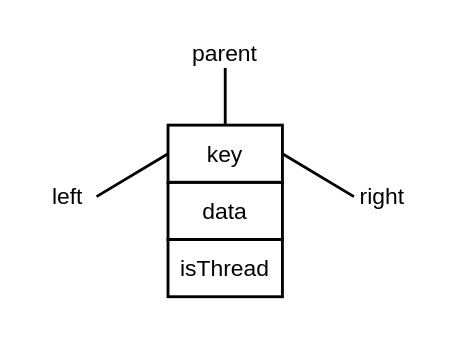
The draw.io diagram page "single_tbst" (2 of 5) of diagrams/bst_node.drawio in burpeesDaily/forest-python, before the edit. Source tidied: cells renumbered, new cells numbered last; positions are measured from the earlier drawing's top-left corner, leaving out a move shared by most shapes. Both pictures are drawn from the tidied source at 143%, with x=0, y=0 at pixel (24, 24).
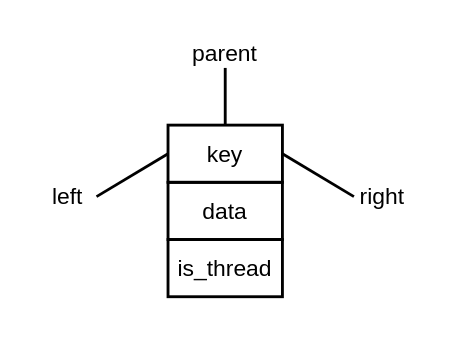
After the change.

What changed in the source:
```diff
@@
 <mxGraphModel>
   <root>
     <mxCell id="0" />
     <mxCell id="1" parent="0" />
     <mxCell id="2" style="rounded=0;whiteSpace=wrap;html=1;strokeColor=none;strokeWidth=2;fillColor=#FFFFFF;" parent="1" vertex="1">
       <mxGeometry width="280" height="210" as="geometry" />
     </mxCell>
     <mxCell id="3" value="&lt;font style=&quot;font-size: 16px&quot; color=&quot;#000000&quot;&gt;key&lt;/font&gt;" style="rounded=0;whiteSpace=wrap;html=1;strokeColor=#000000;strokeWidth=2;fillColor=none;" parent="1" vertex="1">
       <mxGeometry x="100" y="70" width="80" height="40" as="geometry" />
     </mxCell>
     <mxCell id="4" value="&lt;font style=&quot;font-size: 16px&quot; color=&quot;#000000&quot;&gt;data&lt;/font&gt;" style="rounded=0;whiteSpace=wrap;html=1;strokeColor=#000000;strokeWidth=2;fillColor=none;" parent="1" vertex="1">
       <mxGeometry x="100" y="110" width="80" height="40" as="geometry" />
     </mxCell>
     <mxCell id="5" style="endArrow=none;html=1;entryX=1;entryY=0.5;entryDx=0;entryDy=0;strokeColor=#000000;strokeWidth=2;" parent="1" edge="1" target="3">
       <mxGeometry relative="1" as="geometry">
         <mxPoint x="230" y="120" as="sourcePoint" />
       </mxGeometry>
     </mxCell>
     <mxCell id="6" style="endArrow=none;html=1;entryX=0;entryY=0.5;entryDx=0;entryDy=0;strokeColor=#000000;strokeWidth=2;" parent="1" edge="1" target="3">
       <mxGeometry relative="1" as="geometry">
         <mxPoint x="50" y="120" as="sourcePoint" />
       </mxGeometry>
     </mxCell>
     <mxCell id="7" style="endArrow=none;html=1;entryX=0.5;entryY=0;entryDx=0;entryDy=0;strokeColor=#000000;strokeWidth=2;" parent="1" edge="1" target="3">
       <mxGeometry relative="1" as="geometry">
         <mxPoint x="140" y="30" as="sourcePoint" />
       </mxGeometry>
     </mxCell>
     <mxCell id="8" value="&lt;span style=&quot;color: rgb(0 , 0 , 0) ; font-size: 16px&quot;&gt;right&lt;/span&gt;" style="text;html=1;strokeColor=none;fillColor=none;align=center;verticalAlign=middle;whiteSpace=wrap;rounded=0;" parent="1" vertex="1">
       <mxGeometry x="230" y="110" width="40" height="20" as="geometry" />
     </mxCell>
     <mxCell id="9" value="&lt;span style=&quot;color: rgb(0 , 0 , 0) ; font-size: 16px&quot;&gt;left&lt;/span&gt;" style="text;html=1;strokeColor=none;fillColor=none;align=center;verticalAlign=middle;whiteSpace=wrap;rounded=0;" parent="1" vertex="1">
       <mxGeometry x="10" y="110" width="40" height="20" as="geometry" />
     </mxCell>
     <mxCell id="10" value="&lt;span style=&quot;color: rgb(0 , 0 , 0) ; font-size: 16px&quot;&gt;parent&lt;/span&gt;" style="text;html=1;strokeColor=none;fillColor=none;align=center;verticalAlign=middle;whiteSpace=wrap;rounded=0;" parent="1" vertex="1">
       <mxGeometry x="120" y="10" width="40" height="20" as="geometry" />
     </mxCell>
-    <mxCell id="11" value="&lt;font style=&quot;font-size: 16px&quot; color=&quot;#000000&quot;&gt;isThread&lt;/font&gt;" style="rounded=0;whiteSpace=wrap;html=1;strokeColor=#000000;strokeWidth=2;fillColor=none;" parent="1" vertex="1">
+    <mxCell id="11" value="&lt;font style=&quot;font-size: 16px&quot; color=&quot;#000000&quot;&gt;is_thread&lt;/font&gt;" style="rounded=0;whiteSpace=wrap;html=1;strokeColor=#000000;strokeWidth=2;fillColor=none;" parent="1" vertex="1">
       <mxGeometry x="100" y="150" width="80" height="40" as="geometry" />
     </mxCell>
   </root>
 </mxGraphModel>
```
